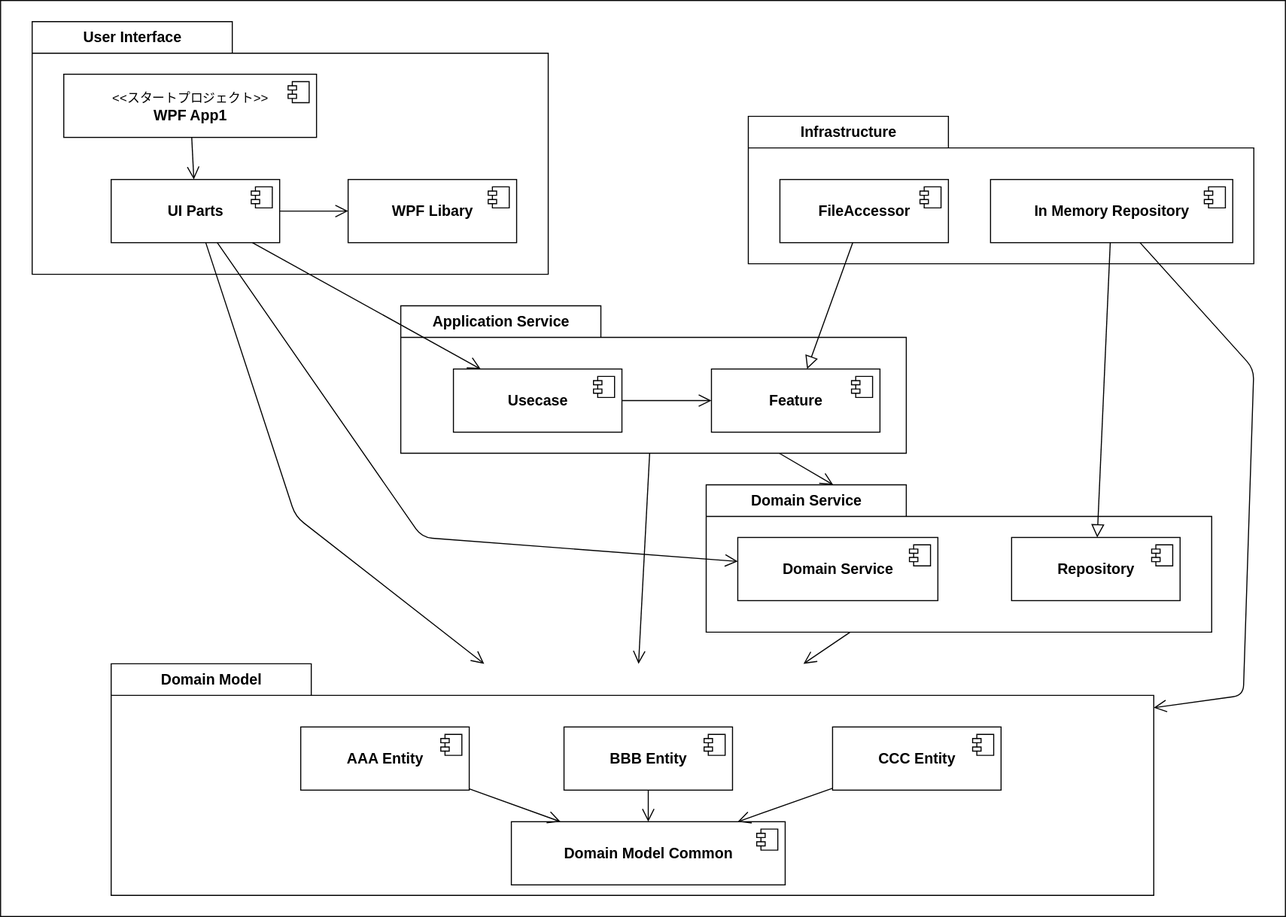
This is Documents/Design/コンポーネント設計.svg from bosssanovar/WindowsApp_Template_202404, a draw.io export, as it was before one commit. Source tidied: cells renumbered, new cells last; positions are measured from the earlier drawing's top-left corner, leaving out a move shared by most shapes.
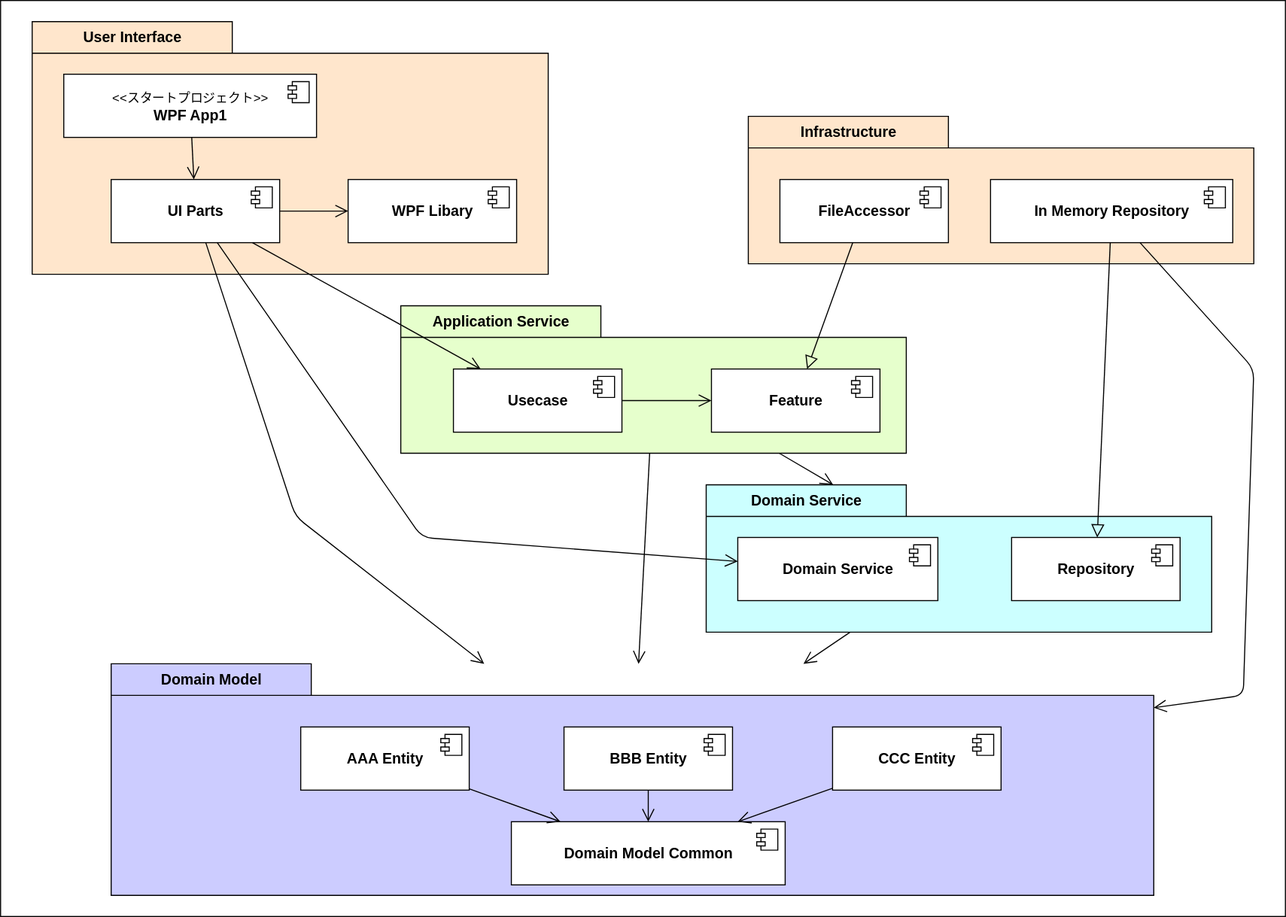
Above is the later version.

Change to the diagram source:
```diff
@@ -5,7 +5,7 @@
     <mxCell id="2" style="rounded=0;whiteSpace=wrap;html=1;strokeColor=#000000;strokeWidth=1;fontSize=14;fontColor=#000000;fillColor=#FFFFFF;" parent="1" vertex="1">
       <mxGeometry width="1220" height="870" as="geometry" />
     </mxCell>
-    <mxCell id="3" value="Domain Model" style="shape=folder;fontStyle=1;tabWidth=190;tabHeight=30;tabPosition=left;html=1;boundedLbl=1;labelInHeader=1;strokeColor=#000000;strokeWidth=1;fontSize=14;fontColor=#000000;fillColor=#FFFFFF;" parent="1" vertex="1">
+    <mxCell id="3" value="Domain Model" style="shape=folder;fontStyle=1;tabWidth=190;tabHeight=30;tabPosition=left;html=1;boundedLbl=1;labelInHeader=1;strokeColor=#000000;strokeWidth=1;fontSize=14;fontColor=#000000;fillColor=#CCCCFF;" parent="1" vertex="1">
       <mxGeometry x="105" y="630" width="990" height="220" as="geometry" />
     </mxCell>
     <mxCell id="4" style="html=1;strokeColor=none;fillColor=none;strokeWidth=1;fontSize=14;fontColor=#000000;" parent="3" vertex="1">
@@ -57,7 +57,7 @@
     <mxCell id="16" style="edgeStyle=none;html=1;fontSize=12;fontColor=#000000;strokeWidth=1;startSize=6;endSize=10;endArrow=open;endFill=0;" parent="1" edge="1" source="17" target="3">
       <mxGeometry relative="1" as="geometry" />
     </mxCell>
-    <mxCell id="17" value="Domain Service" style="shape=folder;fontStyle=1;tabWidth=190;tabHeight=30;tabPosition=left;html=1;boundedLbl=1;labelInHeader=1;strokeColor=#000000;strokeWidth=1;fontSize=14;fontColor=#000000;fillColor=#FFFFFF;" parent="1" vertex="1">
+    <mxCell id="17" value="Domain Service" style="shape=folder;fontStyle=1;tabWidth=190;tabHeight=30;tabPosition=left;html=1;boundedLbl=1;labelInHeader=1;strokeColor=#000000;strokeWidth=1;fontSize=14;fontColor=#000000;fillColor=#CCFFFF;" parent="1" vertex="1">
       <mxGeometry x="670" y="460" width="480" height="140" as="geometry" />
     </mxCell>
     <mxCell id="18" style="html=1;strokeColor=none;fillColor=none;strokeWidth=1;fontSize=14;fontColor=#000000;" parent="17" vertex="1">
@@ -81,7 +81,7 @@
         <mxPoint x="-27" y="7" as="offset" />
       </mxGeometry>
     </mxCell>
-    <mxCell id="23" value="Application Service" style="shape=folder;fontStyle=1;tabWidth=190;tabHeight=30;tabPosition=left;html=1;boundedLbl=1;labelInHeader=1;strokeColor=#000000;strokeWidth=1;fontSize=14;fontColor=#000000;fillColor=#FFFFFF;" parent="1" vertex="1">
+    <mxCell id="23" value="Application Service" style="shape=folder;fontStyle=1;tabWidth=190;tabHeight=30;tabPosition=left;html=1;boundedLbl=1;labelInHeader=1;strokeColor=#000000;strokeWidth=1;fontSize=14;fontColor=#000000;fillColor=#E6FFCC;" parent="1" vertex="1">
       <mxGeometry x="380" y="290" width="480" height="140" as="geometry" />
     </mxCell>
     <mxCell id="24" style="html=1;strokeColor=none;fillColor=none;strokeWidth=1;fontSize=14;fontColor=#000000;" parent="23" vertex="1">
@@ -108,7 +108,7 @@
     <mxCell id="29" style="edgeStyle=none;html=1;strokeWidth=1;fontSize=12;fontColor=#000000;endArrow=open;endFill=0;startSize=6;endSize=10;" parent="23" edge="1" source="27" target="25">
       <mxGeometry relative="1" as="geometry" />
     </mxCell>
-    <mxCell id="30" value="User Interface" style="shape=folder;fontStyle=1;tabWidth=190;tabHeight=30;tabPosition=left;html=1;boundedLbl=1;labelInHeader=1;strokeColor=#000000;strokeWidth=1;fontSize=14;fontColor=#000000;fillColor=#FFFFFF;" parent="1" vertex="1">
+    <mxCell id="30" value="User Interface" style="shape=folder;fontStyle=1;tabWidth=190;tabHeight=30;tabPosition=left;html=1;boundedLbl=1;labelInHeader=1;strokeColor=#000000;strokeWidth=1;fontSize=14;fontColor=#000000;fillColor=#FFE6CC;" parent="1" vertex="1">
       <mxGeometry x="30" y="20" width="490" height="240" as="geometry" />
     </mxCell>
     <mxCell id="31" style="html=1;strokeColor=none;fillColor=none;strokeWidth=1;fontSize=14;fontColor=#000000;" parent="30" vertex="1">
@@ -146,7 +146,7 @@
     <mxCell id="39" style="edgeStyle=none;html=1;strokeWidth=1;fontSize=12;fontColor=#000000;endArrow=open;endFill=0;startSize=6;endSize=10;" parent="30" edge="1" source="37" target="32">
       <mxGeometry relative="1" as="geometry" />
     </mxCell>
-    <mxCell id="40" value="Infrastructure" style="shape=folder;fontStyle=1;tabWidth=190;tabHeight=30;tabPosition=left;html=1;boundedLbl=1;labelInHeader=1;strokeColor=#000000;strokeWidth=1;fontSize=14;fontColor=#000000;fillColor=#FFFFFF;" parent="1" vertex="1">
+    <mxCell id="40" value="Infrastructure" style="shape=folder;fontStyle=1;tabWidth=190;tabHeight=30;tabPosition=left;html=1;boundedLbl=1;labelInHeader=1;strokeColor=#000000;strokeWidth=1;fontSize=14;fontColor=#000000;fillColor=#FFE6CC;" parent="1" vertex="1">
       <mxGeometry x="710" y="110" width="480" height="140" as="geometry" />
     </mxCell>
     <mxCell id="41" style="html=1;strokeColor=none;fillColor=none;strokeWidth=1;fontSize=14;fontColor=#000000;" parent="40" vertex="1">
```
